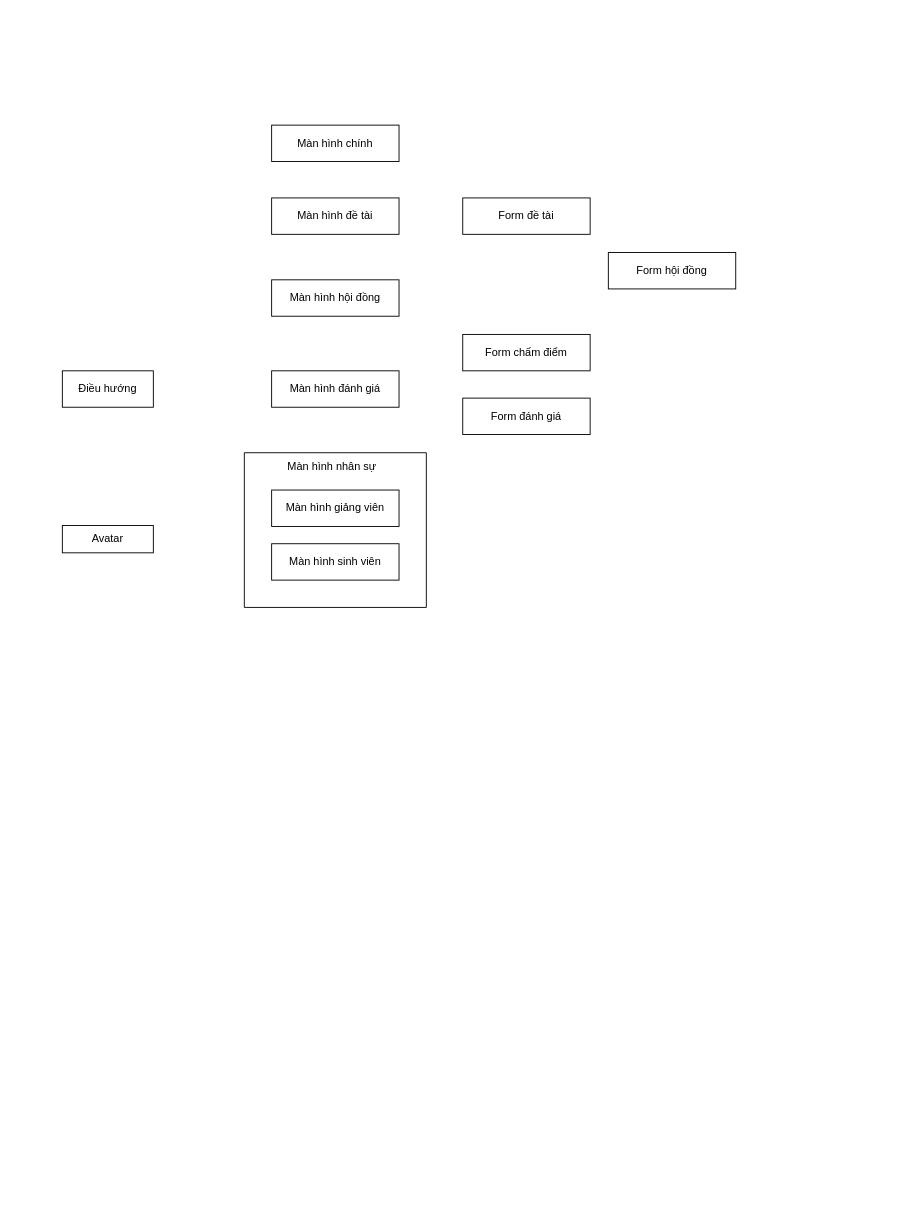
This is page "Thiết kế luồng giao diện" (21 of 21) of report/thesis.drawio from ngdangkiet/thesis-document, a draw.io file, before an edit. Source tidied: cells renumbered, new cells numbered last; positions are measured from the earlier drawing's top-left corner, leaving out a move shared by most shapes. Both pictures are drawn from the tidied source at 91%, with x=0, y=0 at pixel (62, 125).
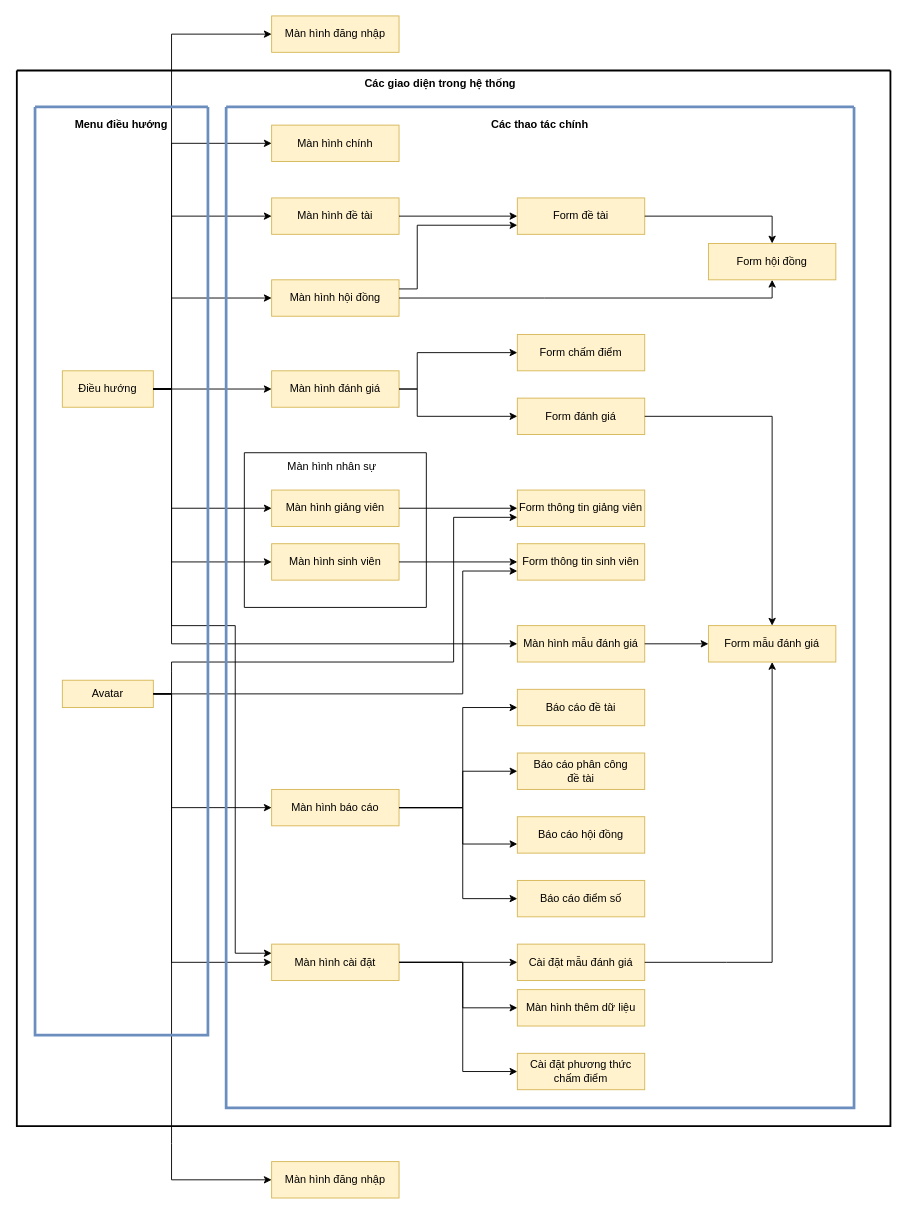
The same page after the edit.

What changed in the source:
```diff
@@
-    <mxCell id="2" value="Điều hướng" style="rounded=0;whiteSpace=wrap;html=1;" parent="1" vertex="1">
+    <mxCell id="2" value="Điều hướng" style="rounded=0;whiteSpace=wrap;html=1;fillColor=#fff2cc;strokeColor=#d6b656;" parent="1" vertex="1">
       <mxGeometry y="270" width="100" height="40" as="geometry" />
     </mxCell>
-    <mxCell id="3" value="Avatar" style="rounded=0;whiteSpace=wrap;html=1;" parent="1" vertex="1">
-      <mxGeometry y="440" width="100" height="30" as="geometry" />
+    <mxCell id="3" value="Avatar" style="rounded=0;whiteSpace=wrap;html=1;fillColor=#fff2cc;strokeColor=#d6b656;" parent="1" vertex="1">
+      <mxGeometry y="610" width="100" height="30" as="geometry" />
     </mxCell>
-    <mxCell id="4" value="Màn hình chính" style="rounded=0;whiteSpace=wrap;html=1;" parent="1" vertex="1">
+    <mxCell id="4" value="Màn hình chính" style="rounded=0;whiteSpace=wrap;html=1;fillColor=#fff2cc;strokeColor=#d6b656;" parent="1" vertex="1">
       <mxGeometry x="230" width="140" height="40" as="geometry" />
     </mxCell>
-    <mxCell id="5" value="Màn hình đề tài" style="rounded=0;whiteSpace=wrap;html=1;" parent="1" vertex="1">
+    <mxCell id="5" value="Màn hình đề tài" style="rounded=0;whiteSpace=wrap;html=1;fillColor=#fff2cc;strokeColor=#d6b656;" parent="1" vertex="1">
       <mxGeometry x="230" y="80" width="140" height="40" as="geometry" />
     </mxCell>
-    <mxCell id="6" value="Màn hình giảng viên" style="rounded=0;whiteSpace=wrap;html=1;" parent="1" vertex="1">
+    <mxCell id="6" value="Màn hình giảng viên" style="rounded=0;whiteSpace=wrap;html=1;fillColor=#fff2cc;strokeColor=#d6b656;" parent="1" vertex="1">
       <mxGeometry x="230" y="401" width="140" height="40" as="geometry" />
     </mxCell>
-    <mxCell id="7" value="Màn hình sinh viên" style="rounded=0;whiteSpace=wrap;html=1;" parent="1" vertex="1">
+    <mxCell id="7" value="Màn hình sinh viên" style="rounded=0;whiteSpace=wrap;html=1;fillColor=#fff2cc;strokeColor=#d6b656;" parent="1" vertex="1">
       <mxGeometry x="230" y="460" width="140" height="40" as="geometry" />
     </mxCell>
@@
-    <mxCell id="10" value="Màn hình đánh giá" style="rounded=0;whiteSpace=wrap;html=1;" parent="1" vertex="1">
+    <mxCell id="10" value="Màn hình đánh giá" style="rounded=0;whiteSpace=wrap;html=1;fillColor=#fff2cc;strokeColor=#d6b656;" parent="1" vertex="1">
       <mxGeometry x="230" y="270" width="140" height="40" as="geometry" />
     </mxCell>
-    <mxCell id="11" value="Form chấm điểm" style="rounded=0;whiteSpace=wrap;html=1;" parent="1" vertex="1">
-      <mxGeometry x="440" y="230" width="140" height="40" as="geometry" />
+    <mxCell id="11" value="Form chấm điểm" style="rounded=0;whiteSpace=wrap;html=1;fillColor=#fff2cc;strokeColor=#d6b656;" parent="1" vertex="1">
+      <mxGeometry x="500" y="230" width="140" height="40" as="geometry" />
     </mxCell>
-    <mxCell id="12" value="Form đánh giá" style="rounded=0;whiteSpace=wrap;html=1;" parent="1" vertex="1">
-      <mxGeometry x="440" y="300" width="140" height="40" as="geometry" />
+    <mxCell id="12" value="Form đánh giá" style="rounded=0;whiteSpace=wrap;html=1;fillColor=#fff2cc;strokeColor=#d6b656;" parent="1" vertex="1">
+      <mxGeometry x="500" y="300" width="140" height="40" as="geometry" />
     </mxCell>
-    <mxCell id="13" value="Màn hình hội đồng" style="rounded=0;whiteSpace=wrap;html=1;" parent="1" vertex="1">
+    <mxCell id="13" value="Màn hình hội đồng" style="rounded=0;whiteSpace=wrap;html=1;fillColor=#fff2cc;strokeColor=#d6b656;" parent="1" vertex="1">
       <mxGeometry x="230" y="170" width="140" height="40" as="geometry" />
     </mxCell>
-    <mxCell id="14" value="Form đề tài" style="rounded=0;whiteSpace=wrap;html=1;" parent="1" vertex="1">
-      <mxGeometry x="440" y="80" width="140" height="40" as="geometry" />
+    <mxCell id="14" value="Form đề tài" style="rounded=0;whiteSpace=wrap;html=1;fillColor=#fff2cc;strokeColor=#d6b656;" parent="1" vertex="1">
+      <mxGeometry x="500" y="80" width="140" height="40" as="geometry" />
     </mxCell>
-    <mxCell id="15" value="Form hội đồng" style="rounded=0;whiteSpace=wrap;html=1;" parent="1" vertex="1">
-      <mxGeometry x="600" y="140" width="140" height="40" as="geometry" />
+    <mxCell id="15" value="Form hội đồng" style="rounded=0;whiteSpace=wrap;html=1;fillColor=#fff2cc;strokeColor=#d6b656;" parent="1" vertex="1">
+      <mxGeometry x="710" y="130" width="140" height="40" as="geometry" />
     </mxCell>
+    <mxCell id="16" value="Màn hình đăng nhập" style="rounded=0;whiteSpace=wrap;html=1;fillColor=#fff2cc;strokeColor=#d6b656;" parent="1" vertex="1">
+      <mxGeometry x="230" y="-120" width="140" height="40" as="geometry" />
+    </mxCell>
+    <mxCell id="17" style="endArrow=classic;html=1;rounded=0;entryX=0;entryY=0.5;entryDx=0;entryDy=0;" parent="1" edge="1" target="4">
+      <mxGeometry relative="1" as="geometry">
+        <mxPoint x="100" y="290" as="sourcePoint" />
+        <Array as="points">
+          <mxPoint x="120" y="290" />
+          <mxPoint x="120" y="20" />
+        </Array>
+      </mxGeometry>
+    </mxCell>
+    <mxCell id="18" style="endArrow=classic;html=1;rounded=0;exitX=1;exitY=0.5;exitDx=0;exitDy=0;entryX=0;entryY=0.5;entryDx=0;entryDy=0;" parent="1" edge="1" source="2" target="5">
+      <mxGeometry relative="1" as="geometry">
+        <Array as="points">
+          <mxPoint x="120" y="290" />
+          <mxPoint x="120" y="100" />
+        </Array>
+      </mxGeometry>
+    </mxCell>
+    <mxCell id="19" style="endArrow=classic;html=1;rounded=0;exitX=1;exitY=0.5;exitDx=0;exitDy=0;entryX=0;entryY=0.5;entryDx=0;entryDy=0;" parent="1" edge="1" source="2" target="13">
+      <mxGeometry relative="1" as="geometry">
+        <Array as="points">
+          <mxPoint x="120" y="290" />
+          <mxPoint x="120" y="190" />
+        </Array>
+      </mxGeometry>
+    </mxCell>
+    <mxCell id="20" style="endArrow=classic;html=1;rounded=0;exitX=1;exitY=0.5;exitDx=0;exitDy=0;entryX=0;entryY=0.5;entryDx=0;entryDy=0;" parent="1" edge="1" source="2" target="10">
+      <mxGeometry relative="1" as="geometry" />
+    </mxCell>
+    <mxCell id="21" style="endArrow=classic;html=1;rounded=0;exitX=1;exitY=0.5;exitDx=0;exitDy=0;entryX=0;entryY=0.5;entryDx=0;entryDy=0;" parent="1" edge="1" source="10" target="11">
+      <mxGeometry relative="1" as="geometry">
+        <Array as="points">
+          <mxPoint x="390" y="290" />
+          <mxPoint x="390" y="250" />
+        </Array>
+      </mxGeometry>
+    </mxCell>
+    <mxCell id="22" style="endArrow=classic;html=1;rounded=0;exitX=1;exitY=0.5;exitDx=0;exitDy=0;entryX=0;entryY=0.5;entryDx=0;entryDy=0;" parent="1" edge="1" source="10" target="12">
+      <mxGeometry relative="1" as="geometry">
+        <Array as="points">
+          <mxPoint x="390" y="290" />
+          <mxPoint x="390" y="320" />
+        </Array>
+      </mxGeometry>
+    </mxCell>
+    <mxCell id="23" style="endArrow=classic;html=1;rounded=0;entryX=0;entryY=0.75;entryDx=0;entryDy=0;exitX=1;exitY=0.25;exitDx=0;exitDy=0;" parent="1" edge="1" source="13" target="14">
+      <mxGeometry relative="1" as="geometry">
+        <Array as="points">
+          <mxPoint x="390" y="180" />
+          <mxPoint x="390" y="110" />
+        </Array>
+      </mxGeometry>
+    </mxCell>
+    <mxCell id="24" style="endArrow=classic;html=1;rounded=0;entryX=0.5;entryY=1;entryDx=0;entryDy=0;exitX=1;exitY=0.5;exitDx=0;exitDy=0;" parent="1" edge="1" source="13" target="15">
+      <mxGeometry relative="1" as="geometry">
+        <Array as="points">
+          <mxPoint x="530" y="190" />
+          <mxPoint x="780" y="190" />
+        </Array>
+      </mxGeometry>
+    </mxCell>
+    <mxCell id="25" style="endArrow=classic;html=1;rounded=0;exitX=1;exitY=0.5;exitDx=0;exitDy=0;entryX=0.5;entryY=0;entryDx=0;entryDy=0;" parent="1" edge="1" source="14" target="15">
+      <mxGeometry relative="1" as="geometry">
+        <Array as="points">
+          <mxPoint x="780" y="100" />
+        </Array>
+      </mxGeometry>
+    </mxCell>
+    <mxCell id="26" style="endArrow=classic;html=1;rounded=0;exitX=1;exitY=0.5;exitDx=0;exitDy=0;entryX=0;entryY=0.5;entryDx=0;entryDy=0;" parent="1" edge="1" source="2" target="6">
+      <mxGeometry relative="1" as="geometry">
+        <Array as="points">
+          <mxPoint x="120" y="290" />
+          <mxPoint x="120" y="421" />
+        </Array>
+      </mxGeometry>
+    </mxCell>
+    <mxCell id="27" style="endArrow=classic;html=1;rounded=0;exitX=1;exitY=0.5;exitDx=0;exitDy=0;entryX=0;entryY=0.5;entryDx=0;entryDy=0;" parent="1" edge="1" source="2" target="7">
+      <mxGeometry relative="1" as="geometry">
+        <Array as="points">
+          <mxPoint x="120" y="290" />
+          <mxPoint x="120" y="480" />
+        </Array>
+      </mxGeometry>
+    </mxCell>
+    <mxCell id="28" value="Form thông tin giảng viên" style="rounded=0;whiteSpace=wrap;html=1;fillColor=#fff2cc;strokeColor=#d6b656;" parent="1" vertex="1">
+      <mxGeometry x="500" y="401" width="140" height="40" as="geometry" />
+    </mxCell>
+    <mxCell id="29" value="Form thông tin sinh viên" style="rounded=0;whiteSpace=wrap;html=1;fillColor=#fff2cc;strokeColor=#d6b656;" parent="1" vertex="1">
+      <mxGeometry x="500" y="460" width="140" height="40" as="geometry" />
+    </mxCell>
+    <mxCell id="30" style="endArrow=classic;html=1;rounded=0;exitX=1;exitY=0.5;exitDx=0;exitDy=0;" parent="1" edge="1" source="6" target="28">
+      <mxGeometry relative="1" as="geometry" />
+    </mxCell>
+    <mxCell id="31" style="endArrow=classic;html=1;rounded=0;exitX=1;exitY=0.5;exitDx=0;exitDy=0;entryX=0;entryY=0.5;entryDx=0;entryDy=0;" parent="1" edge="1" source="7" target="29">
+      <mxGeometry relative="1" as="geometry" />
+    </mxCell>
+    <mxCell id="32" style="endArrow=classic;html=1;rounded=0;exitX=1;exitY=0.5;exitDx=0;exitDy=0;" parent="1" edge="1" source="5">
+      <mxGeometry relative="1" as="geometry">
+        <mxPoint x="500" y="100" as="targetPoint" />
+      </mxGeometry>
+    </mxCell>
+    <mxCell id="33" style="endArrow=classic;html=1;rounded=0;exitX=1;exitY=0.5;exitDx=0;exitDy=0;entryX=0;entryY=0.75;entryDx=0;entryDy=0;" parent="1" edge="1" source="3" target="28">
+      <mxGeometry relative="1" as="geometry">
+        <Array as="points">
+          <mxPoint x="120" y="625" />
+          <mxPoint x="120" y="600" />
+          <mxPoint x="120" y="590" />
+          <mxPoint x="170" y="590" />
+          <mxPoint x="430" y="590" />
+          <mxPoint x="430" y="431" />
+        </Array>
+      </mxGeometry>
+    </mxCell>
+    <mxCell id="34" style="endArrow=classic;html=1;rounded=0;exitX=1;exitY=0.5;exitDx=0;exitDy=0;entryX=0;entryY=0.75;entryDx=0;entryDy=0;" parent="1" edge="1" source="3" target="29">
+      <mxGeometry relative="1" as="geometry">
+        <Array as="points">
+          <mxPoint x="440" y="625" />
+          <mxPoint x="440" y="490" />
+        </Array>
+      </mxGeometry>
+    </mxCell>
+    <mxCell id="35" value="Màn hình báo cáo" style="rounded=0;whiteSpace=wrap;html=1;fillColor=#fff2cc;strokeColor=#d6b656;" parent="1" vertex="1">
+      <mxGeometry x="230" y="730" width="140" height="40" as="geometry" />
+    </mxCell>
+    <mxCell id="36" value="Màn hình cài đặt" style="rounded=0;whiteSpace=wrap;html=1;fillColor=#fff2cc;strokeColor=#d6b656;" parent="1" vertex="1">
+      <mxGeometry x="230" y="900" width="140" height="40" as="geometry" />
+    </mxCell>
+    <mxCell id="37" style="endArrow=classic;html=1;rounded=0;exitX=1;exitY=0.5;exitDx=0;exitDy=0;entryX=0;entryY=0.5;entryDx=0;entryDy=0;" parent="1" edge="1" source="3" target="35">
+      <mxGeometry relative="1" as="geometry">
+        <Array as="points">
+          <mxPoint x="120" y="625" />
+          <mxPoint x="120" y="680" />
+          <mxPoint x="120" y="750" />
+        </Array>
+      </mxGeometry>
+    </mxCell>
+    <mxCell id="38" style="endArrow=classic;html=1;rounded=0;exitX=1;exitY=0.5;exitDx=0;exitDy=0;entryX=0;entryY=0.5;entryDx=0;entryDy=0;" parent="1" edge="1" source="3" target="36">
+      <mxGeometry relative="1" as="geometry">
+        <Array as="points">
+          <mxPoint x="120" y="625" />
+          <mxPoint x="120" y="790" />
+          <mxPoint x="120" y="840" />
+          <mxPoint x="120" y="920" />
+        </Array>
+      </mxGeometry>
+    </mxCell>
+    <mxCell id="39" value="Màn hình đăng nhập" style="rounded=0;whiteSpace=wrap;html=1;fillColor=#fff2cc;strokeColor=#d6b656;" parent="1" vertex="1">
+      <mxGeometry x="230" y="1139" width="140" height="40" as="geometry" />
+    </mxCell>
+    <mxCell id="40" value="Báo cáo đề tài" style="rounded=0;whiteSpace=wrap;html=1;fillColor=#fff2cc;strokeColor=#d6b656;" parent="1" vertex="1">
+      <mxGeometry x="500" y="620" width="140" height="40" as="geometry" />
+    </mxCell>
+    <mxCell id="41" value="Báo cáo phân công &lt;br&gt;đề tài" style="rounded=0;whiteSpace=wrap;html=1;fillColor=#fff2cc;strokeColor=#d6b656;" parent="1" vertex="1">
+      <mxGeometry x="500" y="690" width="140" height="40" as="geometry" />
+    </mxCell>
+    <mxCell id="42" value="Báo cáo hội đồng" style="rounded=0;whiteSpace=wrap;html=1;fillColor=#fff2cc;strokeColor=#d6b656;" parent="1" vertex="1">
+      <mxGeometry x="500" y="760" width="140" height="40" as="geometry" />
+    </mxCell>
+    <mxCell id="43" value="Báo cáo điểm số" style="rounded=0;whiteSpace=wrap;html=1;fillColor=#fff2cc;strokeColor=#d6b656;" parent="1" vertex="1">
+      <mxGeometry x="500" y="830" width="140" height="40" as="geometry" />
+    </mxCell>
+    <mxCell id="44" style="endArrow=classic;html=1;rounded=0;exitX=1;exitY=0.5;exitDx=0;exitDy=0;entryX=0;entryY=0.5;entryDx=0;entryDy=0;" parent="1" edge="1" source="35" target="40">
+      <mxGeometry relative="1" as="geometry">
+        <Array as="points">
+          <mxPoint x="440" y="750" />
+          <mxPoint x="440" y="640" />
+        </Array>
+      </mxGeometry>
+    </mxCell>
+    <mxCell id="45" style="endArrow=classic;html=1;rounded=0;exitX=1;exitY=0.5;exitDx=0;exitDy=0;entryX=0;entryY=0.5;entryDx=0;entryDy=0;" parent="1" edge="1" source="35" target="41">
+      <mxGeometry relative="1" as="geometry">
+        <Array as="points">
+          <mxPoint x="440" y="750" />
+          <mxPoint x="440" y="710" />
+        </Array>
+      </mxGeometry>
+    </mxCell>
+    <mxCell id="46" style="endArrow=classic;html=1;rounded=0;exitX=1;exitY=0.5;exitDx=0;exitDy=0;entryX=0;entryY=0.75;entryDx=0;entryDy=0;" parent="1" edge="1" source="35" target="42">
+      <mxGeometry relative="1" as="geometry">
+        <Array as="points">
+          <mxPoint x="440" y="750" />
+          <mxPoint x="440" y="790" />
+        </Array>
+      </mxGeometry>
+    </mxCell>
+    <mxCell id="47" style="endArrow=classic;html=1;rounded=0;exitX=1;exitY=0.5;exitDx=0;exitDy=0;entryX=0;entryY=0.5;entryDx=0;entryDy=0;" parent="1" edge="1" source="35" target="43">
+      <mxGeometry relative="1" as="geometry">
+        <Array as="points">
+          <mxPoint x="440" y="750" />
+          <mxPoint x="440" y="850" />
+        </Array>
+      </mxGeometry>
+    </mxCell>
+    <mxCell id="48" value="Cài đặt mẫu đánh giá" style="rounded=0;whiteSpace=wrap;html=1;fillColor=#fff2cc;strokeColor=#d6b656;" parent="1" vertex="1">
+      <mxGeometry x="500" y="900" width="140" height="40" as="geometry" />
+    </mxCell>
+    <mxCell id="49" value="Màn hình thêm dữ liệu" style="rounded=0;whiteSpace=wrap;html=1;fillColor=#fff2cc;strokeColor=#d6b656;" parent="1" vertex="1">
+      <mxGeometry x="500" y="950" width="140" height="40" as="geometry" />
+    </mxCell>
+    <mxCell id="50" value="Cài đặt phương thức&lt;br&gt;chấm điểm" style="rounded=0;whiteSpace=wrap;html=1;fillColor=#fff2cc;strokeColor=#d6b656;" parent="1" vertex="1">
+      <mxGeometry x="500" y="1020" width="140" height="40" as="geometry" />
+    </mxCell>
+    <mxCell id="51" style="endArrow=classic;html=1;rounded=0;exitX=1;exitY=0.5;exitDx=0;exitDy=0;entryX=0;entryY=0.5;entryDx=0;entryDy=0;" parent="1" edge="1" source="36" target="48">
+      <mxGeometry relative="1" as="geometry" />
+    </mxCell>
+    <mxCell id="52" style="endArrow=classic;html=1;rounded=0;exitX=1;exitY=0.5;exitDx=0;exitDy=0;entryX=0;entryY=0.5;entryDx=0;entryDy=0;" parent="1" edge="1" source="36" target="49">
+      <mxGeometry relative="1" as="geometry">
+        <Array as="points">
+          <mxPoint x="440" y="920" />
+          <mxPoint x="440" y="970" />
+        </Array>
+      </mxGeometry>
+    </mxCell>
+    <mxCell id="53" style="endArrow=classic;html=1;rounded=0;exitX=1;exitY=0.5;exitDx=0;exitDy=0;entryX=0;entryY=0.5;entryDx=0;entryDy=0;" parent="1" edge="1" source="36" target="50">
+      <mxGeometry relative="1" as="geometry">
+        <Array as="points">
+          <mxPoint x="440" y="920" />
+          <mxPoint x="440" y="1040" />
+        </Array>
+      </mxGeometry>
+    </mxCell>
+    <mxCell id="54" style="endArrow=classic;html=1;rounded=0;exitX=1;exitY=0.5;exitDx=0;exitDy=0;entryX=0.5;entryY=1;entryDx=0;entryDy=0;" parent="1" edge="1" source="48" target="57">
+      <mxGeometry relative="1" as="geometry">
+        <Array as="points">
+          <mxPoint x="730" y="920" />
+          <mxPoint x="780" y="920" />
+        </Array>
+      </mxGeometry>
+    </mxCell>
+    <mxCell id="55" style="endArrow=classic;html=1;rounded=0;exitX=1;exitY=0.5;exitDx=0;exitDy=0;entryX=0;entryY=0.25;entryDx=0;entryDy=0;" parent="1" edge="1" source="2" target="36">
+      <mxGeometry relative="1" as="geometry">
+        <Array as="points">
+          <mxPoint x="120" y="290" />
+          <mxPoint x="120" y="480" />
+          <mxPoint x="120" y="550" />
+          <mxPoint x="190" y="550" />
+          <mxPoint x="190" y="910" />
+        </Array>
+      </mxGeometry>
+    </mxCell>
+    <mxCell id="56" style="endArrow=classic;html=1;rounded=0;exitX=1;exitY=0.5;exitDx=0;exitDy=0;entryX=0;entryY=0.5;entryDx=0;entryDy=0;" parent="1" edge="1" source="3" target="39">
+      <mxGeometry relative="1" as="geometry">
+        <Array as="points">
+          <mxPoint x="120" y="625" />
+          <mxPoint x="120" y="1119" />
+          <mxPoint x="120" y="1159" />
+        </Array>
+      </mxGeometry>
+    </mxCell>
+    <mxCell id="57" value="Form mẫu đánh giá" style="rounded=0;whiteSpace=wrap;html=1;fillColor=#fff2cc;strokeColor=#d6b656;" parent="1" vertex="1">
+      <mxGeometry x="710" y="550" width="140" height="40" as="geometry" />
+    </mxCell>
+    <mxCell id="58" style="endArrow=classic;html=1;rounded=0;exitX=1;exitY=0.5;exitDx=0;exitDy=0;entryX=0;entryY=0.5;entryDx=0;entryDy=0;" parent="1" edge="1" source="2" target="60">
+      <mxGeometry relative="1" as="geometry">
+        <Array as="points">
+          <mxPoint x="120" y="290" />
+          <mxPoint x="120" y="570" />
+        </Array>
+      </mxGeometry>
+    </mxCell>
+    <mxCell id="59" style="endArrow=classic;html=1;rounded=0;exitX=1;exitY=0.5;exitDx=0;exitDy=0;entryX=0;entryY=0.5;entryDx=0;entryDy=0;" parent="1" edge="1" source="2" target="16">
+      <mxGeometry relative="1" as="geometry">
+        <Array as="points">
+          <mxPoint x="120" y="290" />
+          <mxPoint x="120" y="-100" />
+        </Array>
+      </mxGeometry>
+    </mxCell>
+    <mxCell id="60" value="Màn hình mẫu đánh giá" style="rounded=0;whiteSpace=wrap;html=1;fillColor=#fff2cc;strokeColor=#d6b656;" parent="1" vertex="1">
+      <mxGeometry x="500" y="550" width="140" height="40" as="geometry" />
+    </mxCell>
+    <mxCell id="61" style="endArrow=classic;html=1;rounded=0;exitX=1;exitY=0.5;exitDx=0;exitDy=0;entryX=0;entryY=0.5;entryDx=0;entryDy=0;" parent="1" edge="1" source="60" target="57">
+      <mxGeometry relative="1" as="geometry" />
+    </mxCell>
+    <mxCell id="62" style="endArrow=classic;html=1;rounded=0;exitX=1;exitY=0.5;exitDx=0;exitDy=0;entryX=0.5;entryY=0;entryDx=0;entryDy=0;" parent="1" edge="1" source="12" target="57">
+      <mxGeometry relative="1" as="geometry">
+        <Array as="points">
+          <mxPoint x="780" y="320" />
+        </Array>
+      </mxGeometry>
+    </mxCell>
+    <mxCell id="63" style="swimlane;startSize=0;strokeWidth=2;" parent="1" vertex="1">
+      <mxGeometry x="-50" y="-60" width="960" height="1160" as="geometry" />
+    </mxCell>
+    <mxCell id="64" value="Các giao diện trong hệ thống" style="text;html=1;strokeColor=none;fillColor=none;align=center;verticalAlign=middle;whiteSpace=wrap;rounded=0;fontStyle=1;" parent="63" vertex="1">
+      <mxGeometry x="372.5" width="185" height="30" as="geometry" />
+    </mxCell>
+    <mxCell id="65" style="swimlane;startSize=0;fillColor=#dae8fc;strokeColor=#6c8ebf;labelBackgroundColor=none;shadow=0;strokeWidth=3;" parent="63" vertex="1">
+      <mxGeometry x="20" y="40" width="190" height="1020" as="geometry" />
+    </mxCell>
+    <mxCell id="66" value="Menu điều hướng" style="text;html=1;strokeColor=none;fillColor=none;align=center;verticalAlign=middle;whiteSpace=wrap;rounded=0;fontStyle=1;" parent="65" vertex="1">
+      <mxGeometry x="40" width="110" height="40" as="geometry" />
+    </mxCell>
+    <mxCell id="67" style="swimlane;startSize=0;fillColor=#dae8fc;strokeColor=#6c8ebf;strokeWidth=3;" parent="1" vertex="1">
+      <mxGeometry x="180" y="-20" width="690" height="1100" as="geometry" />
+    </mxCell>
+    <mxCell id="68" value="Các thao tác chính" style="text;html=1;strokeColor=none;fillColor=none;align=center;verticalAlign=middle;whiteSpace=wrap;rounded=0;fontStyle=1;" parent="67" vertex="1">
+      <mxGeometry x="290" width="110" height="40" as="geometry" />
+    </mxCell>
```
